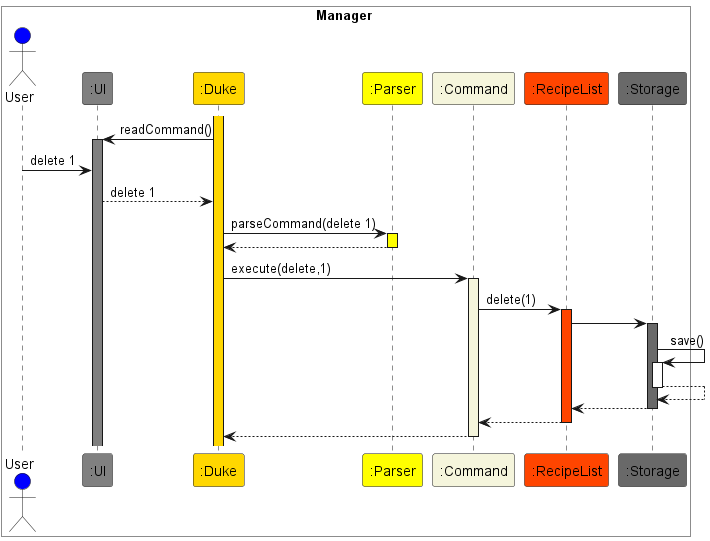
The PlantUML diagram docs/PlantUML/ArchitectureInteract.png in nus-cs2113-AY2223S2/tp, before a commit. Source of this version:
```plantuml
@startuml ArchitectureInteract
box Manager #White
Actor User #Blue
participant ":UI" as UI #Gray
participant ":Duke" as Duke #Gold
participant ":Parser" as Parser #Yellow
participant ":Command" as Command #Beige
participant ":RecipeList" as RecipeList #OrangeRed
participant ":Storage" as Storage #DimGray
end box

activate Duke #Gold
Duke -> UI : readCommand()
activate UI #Gray
User -> UI : delete 1
UI --> Duke : delete 1
Duke -> Parser : parseCommand(delete 1)
activate Parser #Yellow
Parser --> Duke
deactivate Parser
Duke -> Command : execute(delete,1)
activate Command #Beige
Command -> RecipeList : delete(1)
activate RecipeList #OrangeRed
RecipeList -> Storage
activate Storage #DimGray
Storage -> Storage : save()
activate Storage
Storage --> Storage
deactivate Storage
Storage --> RecipeList
deactivate Storage
RecipeList --> Command
deactivate RecipeList
Command --> Duke
deactivate Command
@enduml
```
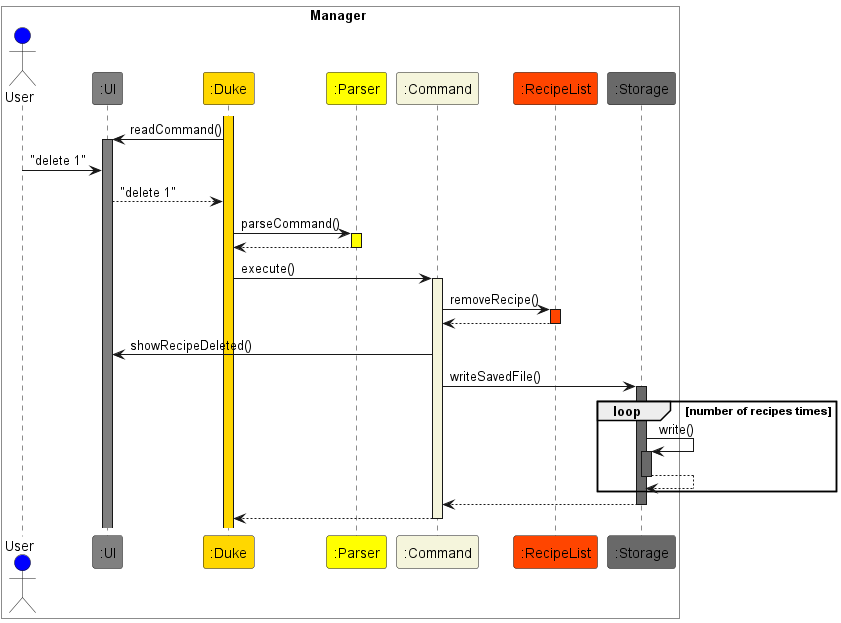
The same file after the commit.

Diff of the diagram source:
```diff
@@ -12,26 +12,29 @@
 activate Duke #Gold
 Duke -> UI : readCommand()
 activate UI #Gray
-User -> UI : delete 1
-UI --> Duke : delete 1
-Duke -> Parser : parseCommand(delete 1)
+User -> UI : "delete 1"
+UI --> Duke : "delete 1"
+Duke -> Parser : parseCommand()
 activate Parser #Yellow
 Parser --> Duke
 deactivate Parser
-Duke -> Command : execute(delete,1)
+Duke -> Command : execute()
 activate Command #Beige
-Command -> RecipeList : delete(1)
+Command -> RecipeList : removeRecipe()
 activate RecipeList #OrangeRed
-RecipeList -> Storage
+RecipeList --> Command
+deactivate RecipeList
+Command -> UI : showRecipeDeleted()
+Command -> Storage : writeSavedFile()
 activate Storage #DimGray
-Storage -> Storage : save()
-activate Storage
+loop number of recipes times
+Storage -> Storage : write()
+activate Storage #DimGray
 Storage --> Storage
 deactivate Storage
-Storage --> RecipeList
+end loop
+Storage --> Command
 deactivate Storage
-RecipeList --> Command
-deactivate RecipeList
 Command --> Duke
 deactivate Command
 @enduml
```
